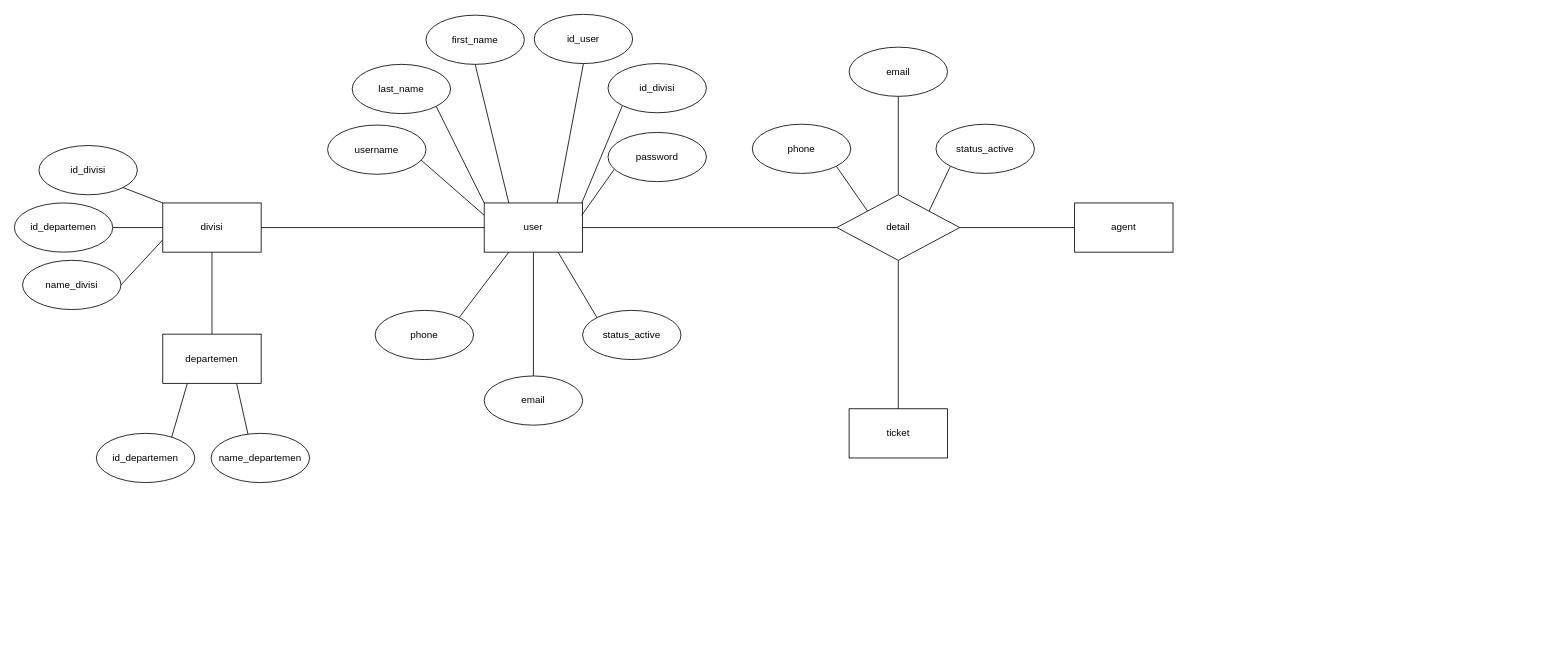
Above: skripsi-erd.drawio in raflialkindhi/graph-save (draw.io), before the change. Source tidied: cells renumbered, new cells numbered last; positions are measured from the earlier drawing's top-left corner, leaving out a move shared by most shapes. Both pictures are drawn from the tidied source at 82%, with x=0, y=0 at pixel (14, 14).
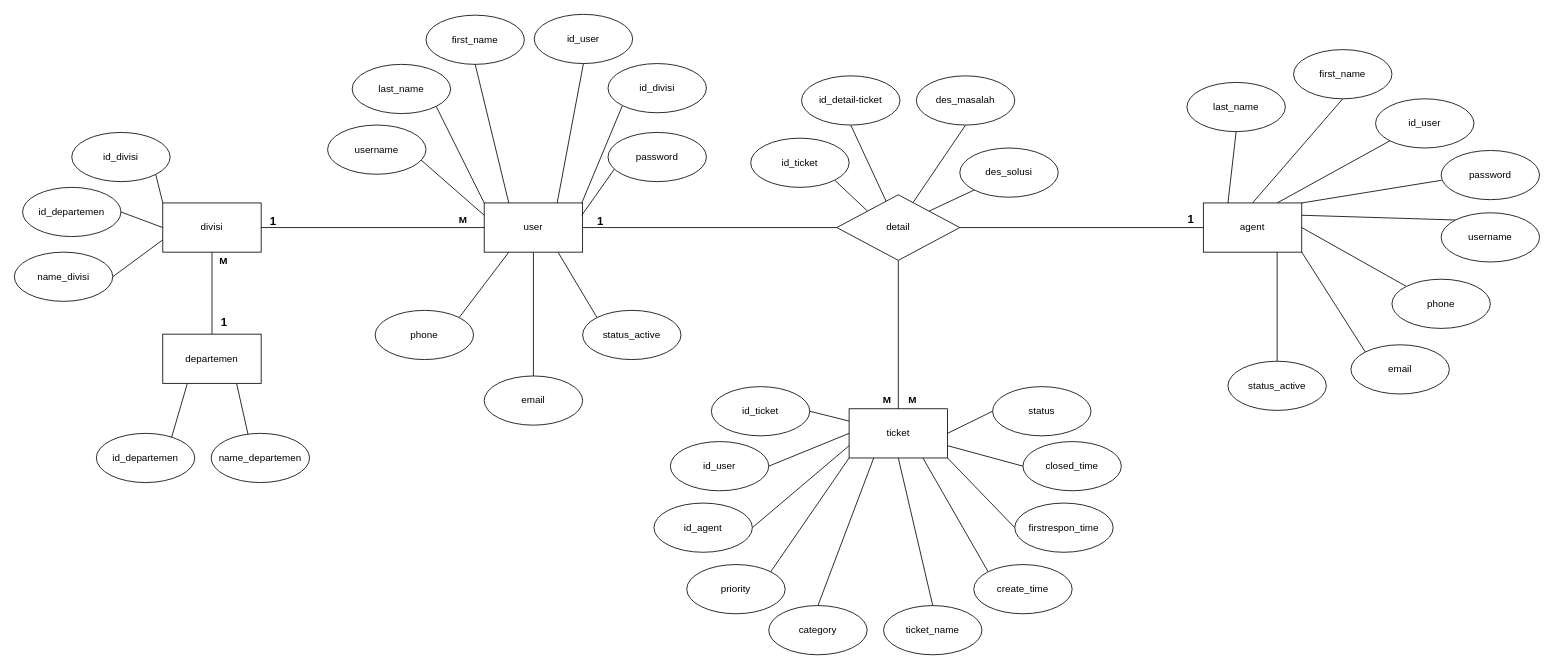
The same page after the edit.

Unchanged cells that the change refers to:
```xml
<mxCell id="10" value="ticket" style="rounded=0;whiteSpace=wrap;html=1;" parent="1" vertex="1">
  <mxGeometry x="1018" y="481" width="120" height="60" as="geometry" />
</mxCell>
<mxCell id="36" value="detail" style="rhombus;whiteSpace=wrap;html=1;" parent="1" vertex="1">
  <mxGeometry x="1003" y="220" width="150" height="80" as="geometry" />
</mxCell>
```

Diff of the diagram source:
```diff
@@
+    <mxCell id="55" style="rounded=0;jettySize=auto;html=1;exitX=0;exitY=0.25;exitDx=0;exitDy=0;entryX=1;entryY=0.5;entryDx=0;entryDy=0;endArrow=none;endFill=0;" parent="1" edge="1" source="10" target="81">
+      <mxGeometry relative="1" as="geometry" />
+    </mxCell>
+    <mxCell id="56" style="rounded=0;jettySize=auto;html=1;exitX=0;exitY=0.5;exitDx=0;exitDy=0;entryX=1;entryY=0.5;entryDx=0;entryDy=0;endArrow=none;endFill=0;" parent="1" edge="1" source="10" target="82">
+      <mxGeometry relative="1" as="geometry" />
+    </mxCell>
+    <mxCell id="57" style="rounded=0;jettySize=auto;html=1;exitX=0;exitY=0.75;exitDx=0;exitDy=0;entryX=1;entryY=0.5;entryDx=0;entryDy=0;endArrow=none;endFill=0;" parent="1" edge="1" source="10" target="83">
+      <mxGeometry relative="1" as="geometry" />
+    </mxCell>
+    <mxCell id="58" style="rounded=0;jettySize=auto;html=1;exitX=0;exitY=1;exitDx=0;exitDy=0;entryX=1;entryY=0;entryDx=0;entryDy=0;endArrow=none;endFill=0;" parent="1" edge="1" source="10" target="86">
+      <mxGeometry relative="1" as="geometry" />
+    </mxCell>
+    <mxCell id="59" style="rounded=0;jettySize=auto;html=1;exitX=0.25;exitY=1;exitDx=0;exitDy=0;entryX=0.5;entryY=0;entryDx=0;entryDy=0;endArrow=none;endFill=0;" parent="1" edge="1" source="10" target="87">
+      <mxGeometry relative="1" as="geometry" />
+    </mxCell>
+    <mxCell id="60" style="rounded=0;jettySize=auto;html=1;exitX=0.5;exitY=1;exitDx=0;exitDy=0;entryX=0.5;entryY=0;entryDx=0;entryDy=0;endArrow=none;endFill=0;" parent="1" edge="1" source="10" target="89">
+      <mxGeometry relative="1" as="geometry" />
+    </mxCell>
+    <mxCell id="61" style="rounded=0;jettySize=auto;html=1;exitX=0.75;exitY=1;exitDx=0;exitDy=0;entryX=0;entryY=0;entryDx=0;entryDy=0;endArrow=none;endFill=0;" parent="1" edge="1" source="10" target="90">
+      <mxGeometry relative="1" as="geometry" />
+    </mxCell>
+    <mxCell id="62" style="rounded=0;jettySize=auto;html=1;exitX=1;exitY=1;exitDx=0;exitDy=0;entryX=0;entryY=0.5;entryDx=0;entryDy=0;endArrow=none;endFill=0;" parent="1" edge="1" source="10" target="91">
+      <mxGeometry relative="1" as="geometry" />
+    </mxCell>
+    <mxCell id="63" style="rounded=0;jettySize=auto;html=1;exitX=1;exitY=0.75;exitDx=0;exitDy=0;entryX=0;entryY=0.5;entryDx=0;entryDy=0;endArrow=none;endFill=0;" parent="1" edge="1" source="10" target="92">
+      <mxGeometry relative="1" as="geometry" />
+    </mxCell>
+    <mxCell id="64" style="rounded=0;jettySize=auto;html=1;exitX=1;exitY=0.5;exitDx=0;exitDy=0;entryX=0;entryY=0.5;entryDx=0;entryDy=0;endArrow=none;endFill=0;" parent="1" edge="1" source="10" target="88">
+      <mxGeometry relative="1" as="geometry" />
+    </mxCell>
@@
-    <mxCell id="34" style="rounded=0;jettySize=auto;html=1;exitX=0.5;exitY=0;exitDx=0;exitDy=0;entryX=0.5;entryY=1;entryDx=0;entryDy=0;endArrow=none;endFill=0;" parent="1" edge="1" source="36" target="53">
+    <mxCell id="34" style="rounded=0;jettySize=auto;html=1;entryX=0.5;entryY=1;entryDx=0;entryDy=0;endArrow=none;endFill=0;" parent="1" edge="1" source="36" target="53">
       <mxGeometry relative="1" as="geometry" />
     </mxCell>
-    <mxCell id="35" style="rounded=0;jettySize=auto;html=1;exitX=1;exitY=0;exitDx=0;exitDy=0;entryX=0;entryY=1;entryDx=0;entryDy=0;endArrow=none;endFill=0;" parent="1" edge="1" source="36" target="54">
+    <mxCell id="35" style="rounded=0;jettySize=auto;html=1;exitX=0.609;exitY=0.149;exitDx=0;exitDy=0;entryX=0.5;entryY=1;entryDx=0;entryDy=0;endArrow=none;endFill=0;exitPerimeter=0;" parent="1" edge="1" source="36" target="54">
       <mxGeometry relative="1" as="geometry" />
     </mxCell>
@@
     <mxCell id="45" value="id_divisi" style="ellipse;whiteSpace=wrap;html=1;" parent="1" vertex="1">
-      <mxGeometry x="30" y="160" width="120" height="60" as="geometry" />
+      <mxGeometry x="70" y="144" width="120" height="60" as="geometry" />
     </mxCell>
@@
     <mxCell id="47" value="id_departemen" style="ellipse;whiteSpace=wrap;html=1;" parent="1" vertex="1">
-      <mxGeometry y="230" width="120" height="60" as="geometry" />
+      <mxGeometry x="10" y="211" width="120" height="60" as="geometry" />
     </mxCell>
     <mxCell id="48" value="name_divisi" style="ellipse;whiteSpace=wrap;html=1;" parent="1" vertex="1">
-      <mxGeometry x="10" y="300" width="120" height="60" as="geometry" />
+      <mxGeometry y="290" width="120" height="60" as="geometry" />
     </mxCell>
@@
+    <mxCell id="65" style="rounded=0;jettySize=auto;html=1;exitX=0.25;exitY=0;exitDx=0;exitDy=0;entryX=0.5;entryY=1;entryDx=0;entryDy=0;endArrow=none;endFill=0;" parent="1" edge="1" source="51" target="75">
+      <mxGeometry relative="1" as="geometry" />
+    </mxCell>
+    <mxCell id="66" style="rounded=0;jettySize=auto;html=1;exitX=0.5;exitY=0;exitDx=0;exitDy=0;entryX=0.5;entryY=1;entryDx=0;entryDy=0;endArrow=none;endFill=0;" parent="1" edge="1" source="51" target="73">
+      <mxGeometry relative="1" as="geometry" />
+    </mxCell>
+    <mxCell id="67" style="rounded=0;jettySize=auto;html=1;exitX=0.75;exitY=0;exitDx=0;exitDy=0;entryX=0;entryY=1;entryDx=0;entryDy=0;endArrow=none;endFill=0;" parent="1" edge="1" source="51" target="74">
+      <mxGeometry relative="1" as="geometry" />
+    </mxCell>
+    <mxCell id="68" style="rounded=0;jettySize=auto;html=1;exitX=1;exitY=0;exitDx=0;exitDy=0;entryX=0.003;entryY=0.606;entryDx=0;entryDy=0;entryPerimeter=0;endArrow=none;endFill=0;" parent="1" edge="1" source="51" target="77">
+      <mxGeometry relative="1" as="geometry" />
+    </mxCell>
+    <mxCell id="69" style="rounded=0;jettySize=auto;html=1;exitX=1;exitY=0.25;exitDx=0;exitDy=0;entryX=0;entryY=0;entryDx=0;entryDy=0;endArrow=none;endFill=0;" parent="1" edge="1" source="51" target="76">
+      <mxGeometry relative="1" as="geometry" />
+    </mxCell>
+    <mxCell id="70" style="rounded=0;jettySize=auto;html=1;exitX=1;exitY=0.5;exitDx=0;exitDy=0;entryX=0;entryY=0;entryDx=0;entryDy=0;endArrow=none;endFill=0;" parent="1" edge="1" source="51" target="78">
+      <mxGeometry relative="1" as="geometry" />
+    </mxCell>
+    <mxCell id="71" style="rounded=0;jettySize=auto;html=1;exitX=1;exitY=1;exitDx=0;exitDy=0;entryX=0;entryY=0;entryDx=0;entryDy=0;endArrow=none;endFill=0;" parent="1" edge="1" source="51" target="79">
+      <mxGeometry relative="1" as="geometry" />
+    </mxCell>
+    <mxCell id="72" style="rounded=0;jettySize=auto;html=1;exitX=0.75;exitY=1;exitDx=0;exitDy=0;entryX=0.5;entryY=0;entryDx=0;entryDy=0;endArrow=none;endFill=0;" parent="1" edge="1" source="51" target="80">
+      <mxGeometry relative="1" as="geometry" />
+    </mxCell>
     <mxCell id="51" value="agent" style="rounded=0;whiteSpace=wrap;html=1;" parent="1" vertex="1">
-      <mxGeometry x="1293" y="230" width="120" height="60" as="geometry" />
+      <mxGeometry x="1450" y="230" width="120" height="60" as="geometry" />
     </mxCell>
-    <mxCell id="52" value="phone" style="ellipse;whiteSpace=wrap;html=1;" parent="1" vertex="1">
-      <mxGeometry x="900" y="134" width="120" height="60" as="geometry" />
+    <mxCell id="52" value="id_ticket" style="ellipse;whiteSpace=wrap;html=1;" parent="1" vertex="1">
+      <mxGeometry x="898" y="151" width="120" height="60" as="geometry" />
     </mxCell>
-    <mxCell id="53" value="email" style="ellipse;whiteSpace=wrap;html=1;" parent="1" vertex="1">
-      <mxGeometry x="1018" y="40" width="120" height="60" as="geometry" />
+    <mxCell id="53" value="id_detail-ticket" style="ellipse;whiteSpace=wrap;html=1;" parent="1" vertex="1">
+      <mxGeometry x="960" y="75" width="120" height="60" as="geometry" />
     </mxCell>
-    <mxCell id="54" value="status_active" style="ellipse;whiteSpace=wrap;html=1;" parent="1" vertex="1">
-      <mxGeometry x="1124" y="134" width="120" height="60" as="geometry" />
+    <mxCell id="54" value="des_masalah" style="ellipse;whiteSpace=wrap;html=1;" parent="1" vertex="1">
+      <mxGeometry x="1100" y="75" width="120" height="60" as="geometry" />
     </mxCell>
+    <mxCell id="73" value="first_name" style="ellipse;whiteSpace=wrap;html=1;" parent="1" vertex="1">
+      <mxGeometry x="1560" y="43" width="120" height="60" as="geometry" />
+    </mxCell>
+    <mxCell id="74" value="id_user" style="ellipse;whiteSpace=wrap;html=1;" parent="1" vertex="1">
+      <mxGeometry x="1660" y="103" width="120" height="60" as="geometry" />
+    </mxCell>
+    <mxCell id="75" value="last_name" style="ellipse;whiteSpace=wrap;html=1;" parent="1" vertex="1">
+      <mxGeometry x="1430" y="83" width="120" height="60" as="geometry" />
+    </mxCell>
+    <mxCell id="76" value="username" style="ellipse;whiteSpace=wrap;html=1;" parent="1" vertex="1">
+      <mxGeometry x="1740" y="242" width="120" height="60" as="geometry" />
+    </mxCell>
+    <mxCell id="77" value="password" style="ellipse;whiteSpace=wrap;html=1;" parent="1" vertex="1">
+      <mxGeometry x="1740" y="166" width="120" height="60" as="geometry" />
+    </mxCell>
+    <mxCell id="78" value="phone" style="ellipse;whiteSpace=wrap;html=1;" parent="1" vertex="1">
+      <mxGeometry x="1680" y="323" width="120" height="60" as="geometry" />
+    </mxCell>
+    <mxCell id="79" value="email" style="ellipse;whiteSpace=wrap;html=1;" parent="1" vertex="1">
+      <mxGeometry x="1630" y="403" width="120" height="60" as="geometry" />
+    </mxCell>
+    <mxCell id="80" value="status_active" style="ellipse;whiteSpace=wrap;html=1;" parent="1" vertex="1">
+      <mxGeometry x="1480" y="423" width="120" height="60" as="geometry" />
+    </mxCell>
+    <mxCell id="81" value="id_ticket" style="ellipse;whiteSpace=wrap;html=1;" parent="1" vertex="1">
+      <mxGeometry x="850" y="454" width="120" height="60" as="geometry" />
+    </mxCell>
+    <mxCell id="82" value="id_user" style="ellipse;whiteSpace=wrap;html=1;" parent="1" vertex="1">
+      <mxGeometry x="800" y="521" width="120" height="60" as="geometry" />
+    </mxCell>
+    <mxCell id="83" value="id_agent" style="ellipse;whiteSpace=wrap;html=1;" parent="1" vertex="1">
+      <mxGeometry x="780" y="596" width="120" height="60" as="geometry" />
+    </mxCell>
+    <mxCell id="84" style="rounded=0;jettySize=auto;html=1;exitX=0;exitY=1;exitDx=0;exitDy=0;entryX=1;entryY=0;entryDx=0;entryDy=0;endArrow=none;endFill=0;" parent="1" edge="1" source="85" target="36">
+      <mxGeometry relative="1" as="geometry" />
+    </mxCell>
+    <mxCell id="85" value="des_solusi" style="ellipse;whiteSpace=wrap;html=1;" parent="1" vertex="1">
+      <mxGeometry x="1153" y="163" width="120" height="60" as="geometry" />
+    </mxCell>
+    <mxCell id="86" value="priority" style="ellipse;whiteSpace=wrap;html=1;" parent="1" vertex="1">
+      <mxGeometry x="820" y="671" width="120" height="60" as="geometry" />
+    </mxCell>
+    <mxCell id="87" value="category" style="ellipse;whiteSpace=wrap;html=1;" parent="1" vertex="1">
+      <mxGeometry x="920" y="721" width="120" height="60" as="geometry" />
+    </mxCell>
+    <mxCell id="88" value="status" style="ellipse;whiteSpace=wrap;html=1;" parent="1" vertex="1">
+      <mxGeometry x="1193" y="454" width="120" height="60" as="geometry" />
+    </mxCell>
+    <mxCell id="89" value="ticket_name" style="ellipse;whiteSpace=wrap;html=1;" parent="1" vertex="1">
+      <mxGeometry x="1060" y="721" width="120" height="60" as="geometry" />
+    </mxCell>
+    <mxCell id="90" value="create_time" style="ellipse;whiteSpace=wrap;html=1;" parent="1" vertex="1">
+      <mxGeometry x="1170" y="671" width="120" height="60" as="geometry" />
+    </mxCell>
+    <mxCell id="91" value="firstrespon_time" style="ellipse;whiteSpace=wrap;html=1;" parent="1" vertex="1">
+      <mxGeometry x="1220" y="596" width="120" height="60" as="geometry" />
+    </mxCell>
+    <mxCell id="92" value="closed_time" style="ellipse;whiteSpace=wrap;html=1;" parent="1" vertex="1">
+      <mxGeometry x="1230" y="521" width="120" height="60" as="geometry" />
+    </mxCell>
+    <mxCell id="93" value="&lt;b&gt;&lt;font style=&quot;font-size: 14px;&quot;&gt;1&lt;/font&gt;&lt;/b&gt;" style="text;html=1;strokeColor=none;fillColor=none;align=center;verticalAlign=middle;whiteSpace=wrap;rounded=0;" parent="1" vertex="1">
+      <mxGeometry x="241" y="366" width="30" height="20" as="geometry" />
+    </mxCell>
+    <mxCell id="94" value="&lt;b&gt;M&lt;/b&gt;" style="text;html=1;strokeColor=none;fillColor=none;align=center;verticalAlign=middle;whiteSpace=wrap;rounded=0;" parent="1" vertex="1">
+      <mxGeometry x="240" y="290" width="31" height="22" as="geometry" />
+    </mxCell>
+    <mxCell id="95" value="&lt;b&gt;&lt;font style=&quot;font-size: 14px;&quot;&gt;1&lt;/font&gt;&lt;/b&gt;" style="text;html=1;strokeColor=none;fillColor=none;align=center;verticalAlign=middle;whiteSpace=wrap;rounded=0;" parent="1" vertex="1">
+      <mxGeometry x="301" y="242" width="30" height="20" as="geometry" />
+    </mxCell>
+    <mxCell id="96" value="&lt;b&gt;M&lt;/b&gt;" style="text;html=1;strokeColor=none;fillColor=none;align=center;verticalAlign=middle;whiteSpace=wrap;rounded=0;" parent="1" vertex="1">
+      <mxGeometry x="532" y="240" width="31" height="22" as="geometry" />
+    </mxCell>
+    <mxCell id="97" value="&lt;b&gt;M&lt;/b&gt;" style="text;html=1;strokeColor=none;fillColor=none;align=center;verticalAlign=middle;whiteSpace=wrap;rounded=0;" parent="1" vertex="1">
+      <mxGeometry x="1049" y="459" width="31" height="22" as="geometry" />
+    </mxCell>
+    <mxCell id="98" value="&lt;b&gt;M&lt;/b&gt;" style="text;html=1;strokeColor=none;fillColor=none;align=center;verticalAlign=middle;whiteSpace=wrap;rounded=0;" parent="1" vertex="1">
+      <mxGeometry x="1080" y="459" width="31" height="22" as="geometry" />
+    </mxCell>
+    <mxCell id="99" value="&lt;b&gt;&lt;font style=&quot;font-size: 14px;&quot;&gt;1&lt;/font&gt;&lt;/b&gt;" style="text;html=1;strokeColor=none;fillColor=none;align=center;verticalAlign=middle;whiteSpace=wrap;rounded=0;" parent="1" vertex="1">
+      <mxGeometry x="700" y="242" width="30" height="20" as="geometry" />
+    </mxCell>
+    <mxCell id="100" value="&lt;b&gt;&lt;font style=&quot;font-size: 14px;&quot;&gt;1&lt;/font&gt;&lt;/b&gt;" style="text;html=1;strokeColor=none;fillColor=none;align=center;verticalAlign=middle;whiteSpace=wrap;rounded=0;" parent="1" vertex="1">
+      <mxGeometry x="1420" y="240" width="30" height="20" as="geometry" />
+    </mxCell>
```
